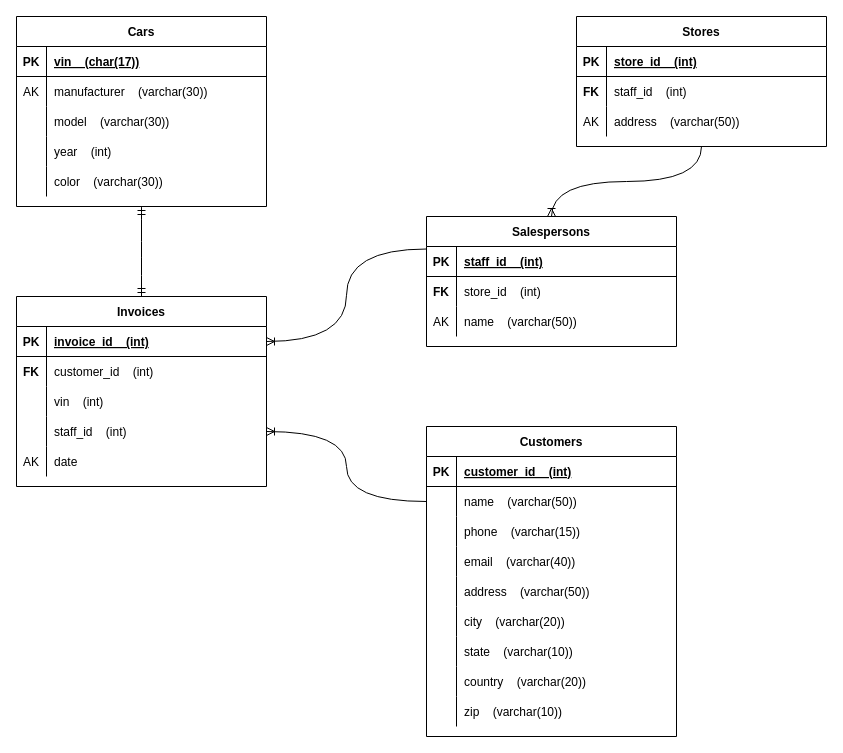
psyrgkan/DAFT_1022 keeps this draw.io diagram as Module_1/Lab_20_SQL-Business-Cases/IronCars.drawio. Above is the earlier version. Source tidied: cells renumbered, new cells numbered last; positions are measured from the earlier drawing's top-left corner, leaving out a move shared by most shapes. Both pictures are drawn from the tidied source at 100%, with x=0, y=0 at pixel (16, 16).
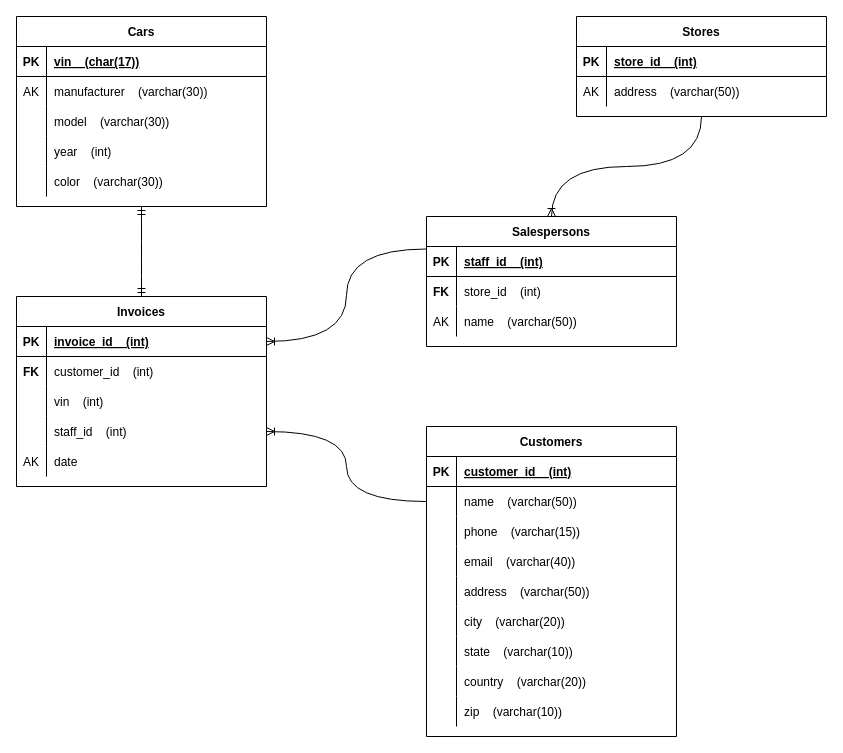
Above is the later version.

The edit, as a diff of the source:
```diff
@@
     <mxCell id="76" value="Stores" style="shape=table;startSize=30;childLayout=tableLayout;rowLines=0;fontStyle=1;align=center;" parent="1" vertex="1">
-      <mxGeometry x="560" width="250" height="130" as="geometry" />
+      <mxGeometry x="560" width="250" height="100" as="geometry" />
     </mxCell>
@@
-    <mxCell id="80" style="shape=partialRectangle;fillColor=none;top=0;left=0;right=0;bottom=0;" parent="76" vertex="1">
-      <mxGeometry y="60" width="250" height="30" as="geometry" />
-    </mxCell>
-    <mxCell id="81" value="FK" style="shape=partialRectangle;overflow=hidden;fillColor=none;top=0;left=0;bottom=0;right=0;fontStyle=1;" parent="80" vertex="1">
-      <mxGeometry width="30" height="30" as="geometry" />
-    </mxCell>
-    <mxCell id="82" value="staff_id    (int)" style="shape=partialRectangle;overflow=hidden;fillColor=none;top=0;left=0;bottom=0;right=0;align=left;spacingLeft=6;" parent="80" vertex="1">
-      <mxGeometry x="30" width="220" height="30" as="geometry" />
-    </mxCell>
     <mxCell id="83" style="shape=partialRectangle;fillColor=none;top=0;left=0;right=0;bottom=0;" parent="76" vertex="1">
-      <mxGeometry y="90" width="250" height="30" as="geometry" />
+      <mxGeometry y="60" width="250" height="30" as="geometry" />
     </mxCell>
```
